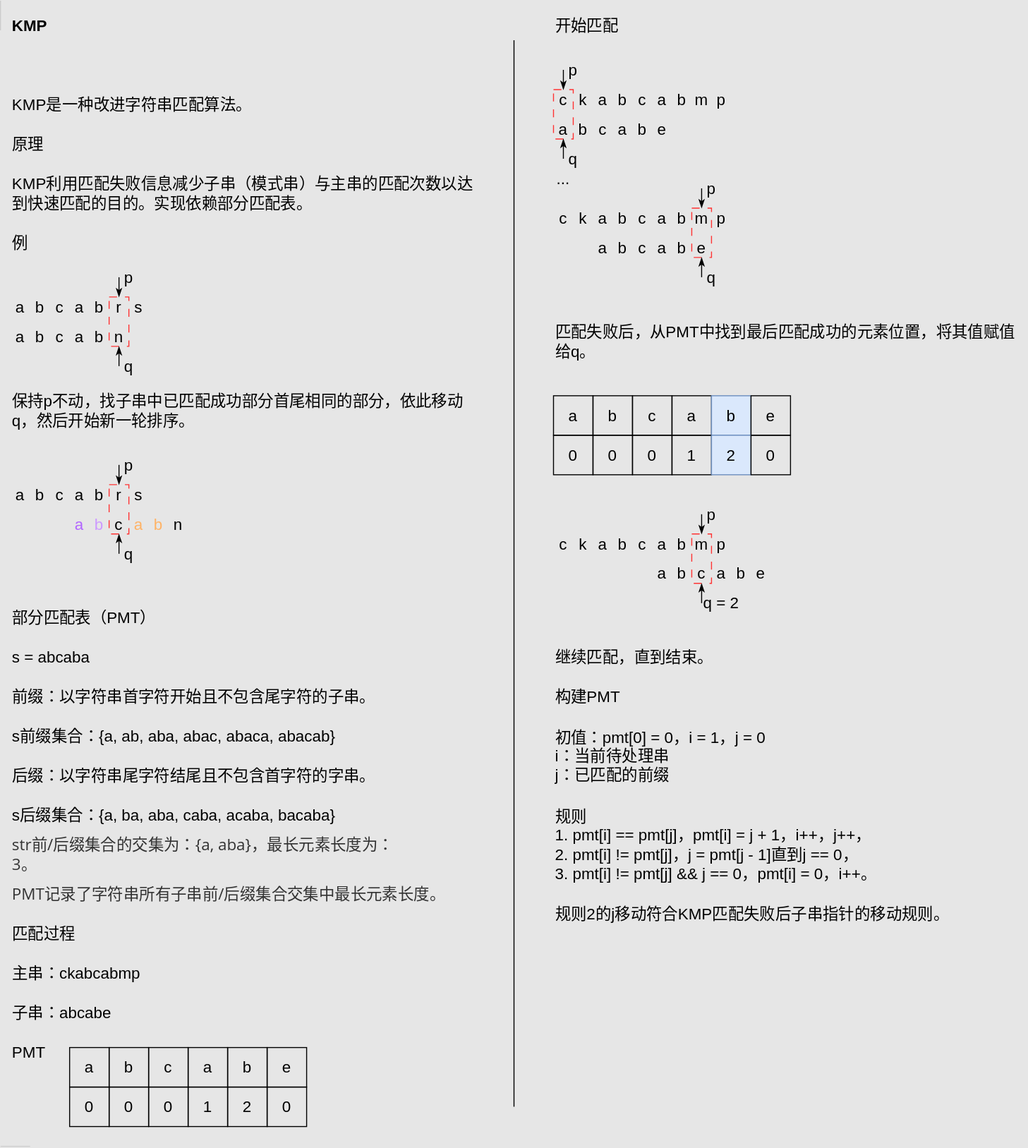
Before: 数据结构和算法/KMP.svg, a diagram exported from draw.io (trophate/development-note). Source tidied: cells renumbered, new cells last; positions are measured from the earlier drawing's top-left corner, leaving out a move shared by most shapes.
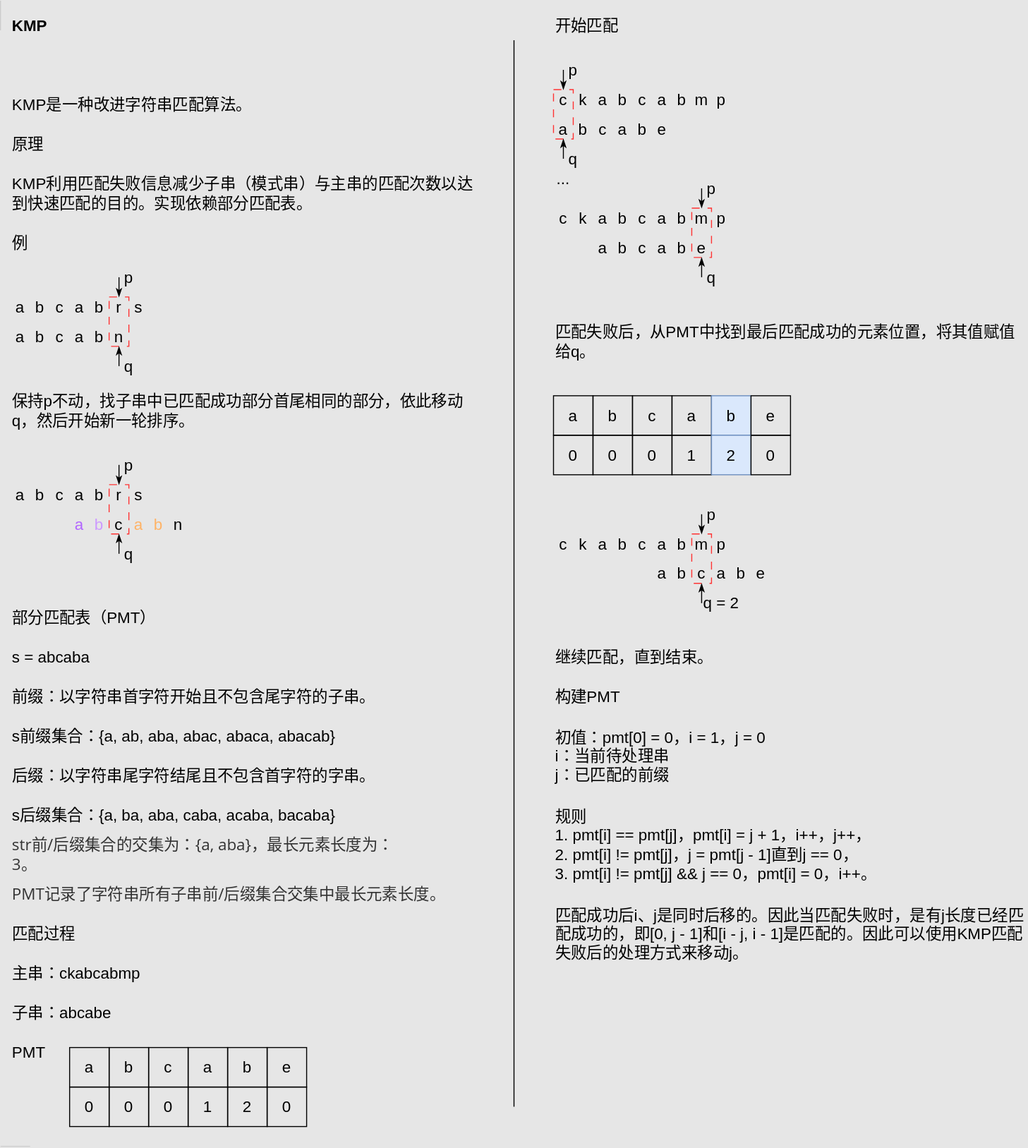
The same file after the commit.

What changed in the source:
```diff
@@ -493,8 +493,8 @@
     <mxCell id="155" value="规则&lt;br&gt;1. pmt[i] == pmt[j]，pmt[i] = j + 1，i++，j++，&lt;br&gt;2. pmt[i] != pmt[j]，j = pmt[j - 1]直到j == 0，&lt;br&gt;3. pmt[i] != pmt[j] &amp;amp;&amp;amp; j == 0，pmt[i] = 0，i++。" style="text;html=1;strokeColor=none;fillColor=none;align=left;verticalAlign=middle;whiteSpace=wrap;rounded=0;fontSize=16;" parent="1" vertex="1">
       <mxGeometry x="560" y="810" width="330" height="90" as="geometry" />
     </mxCell>
-    <mxCell id="156" value="规则2的j移动符合KMP匹配失败后子串指针的移动规则。" style="text;html=1;strokeColor=none;fillColor=none;align=left;verticalAlign=middle;whiteSpace=wrap;rounded=0;fontSize=16;" parent="1" vertex="1">
-      <mxGeometry x="560" y="910" width="410" height="30" as="geometry" />
-    </mxCell>
+    <mxCell id="157" value="匹配成功后i、j是同时后移的。因此当匹配失败时，是有j长度已经匹配成功的，即[0, j - 1]和[i - j, i - 1]是匹配的。因此可以使用KMP匹配失败后的处理方式来移动j。" style="text;html=1;strokeColor=none;fillColor=none;align=left;verticalAlign=middle;whiteSpace=wrap;rounded=0;fontSize=16;" parent="1" vertex="1">
+      <mxGeometry x="560" y="910" width="480" height="70" as="geometry" />
+    </mxCell>
   </root>
 </mxGraphModel>
```
